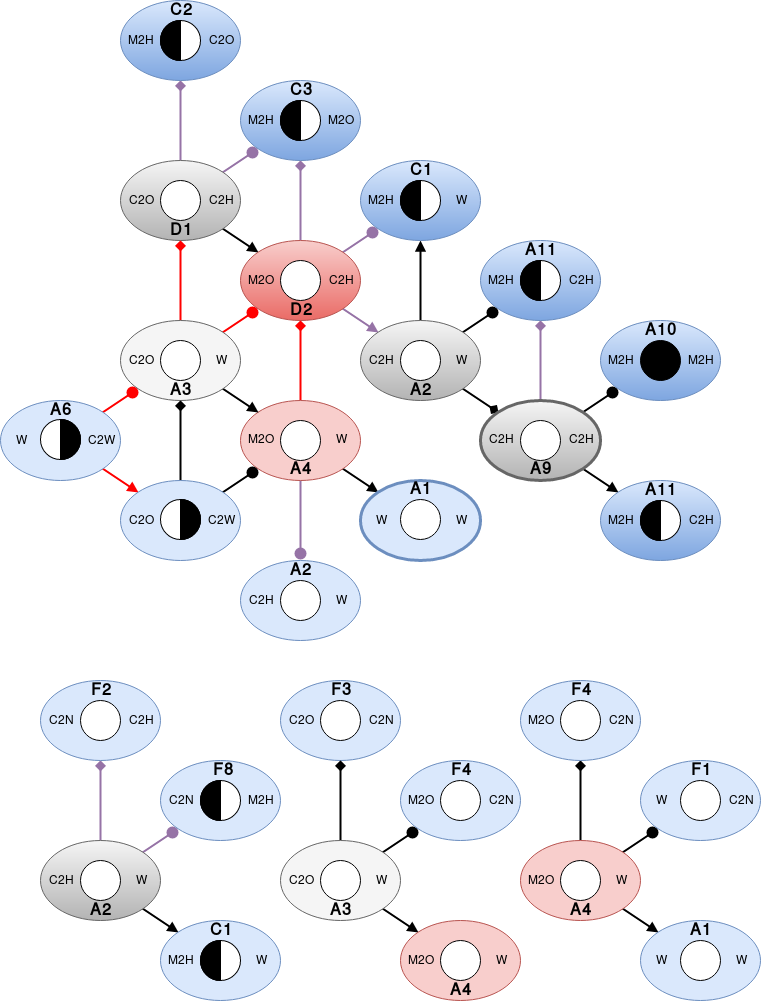
The draw.io diagram png/IPart_Faulty_2.png in UberPanda/ProofGraphs, before a commit. Source tidied: cells renumbered, new cells last; positions are measured from the earlier drawing's top-left corner, leaving out a move shared by most shapes.
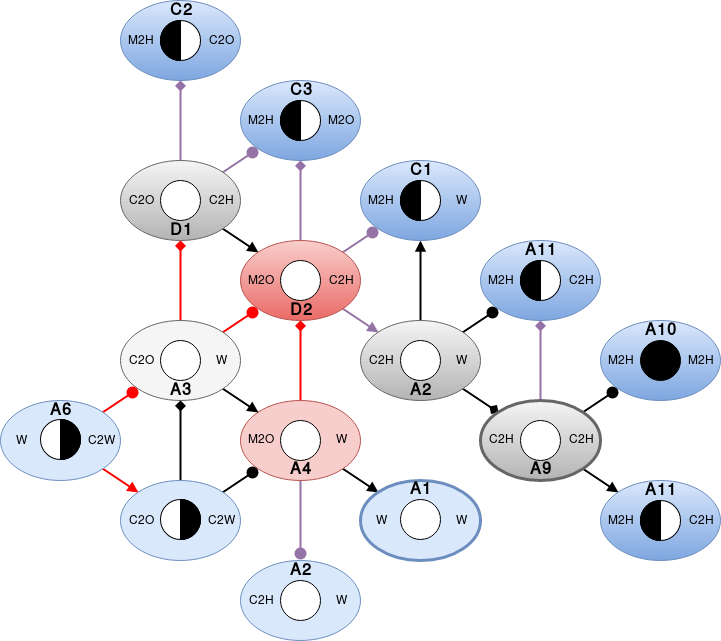
Above is the later version.

Change to the diagram source:
```diff
@@ -149,102 +149,12 @@
     <mxCell id="50" style="verticalLabelPosition=bottom;align=center;dashed=0;html=1;verticalAlign=top;shape=(stored shape, 420 characters);shadow=0;strokeColor=#000000;strokeWidth=1;fillColor=#ffffff;gradientColor=none;rotation=45;direction=south;" parent="1" vertex="1">
       <mxGeometry x="400" y="180" width="40" height="40" as="geometry" />
     </mxCell>
-    <mxCell id="51" style="ellipse;whiteSpace=wrap;html=1;shadow=0;strokeColor=#6c8ebf;strokeWidth=1;fillColor=#dae8fc;" parent="1" vertex="1">
-      <mxGeometry x="280" y="680" width="120" height="80" as="geometry" />
-    </mxCell>
-    <mxCell id="52" style="edgeStyle=none;curved=1;comic=0;html=1;startArrow=none;startFill=0;endArrow=diamond;endFill=1;endSize=6;jettySize=auto;strokeColor=#000000;strokeWidth=2;fillColor=none;" parent="1" edge="1" source="55" target="51">
-      <mxGeometry relative="1" as="geometry" />
-    </mxCell>
-    <mxCell id="53" style="edgeStyle=none;curved=1;comic=0;html=1;exitX=1;exitY=1;entryX=0;entryY=0;startArrow=none;startFill=0;endArrow=block;endFill=1;endSize=6;jettySize=auto;strokeColor=#000000;strokeWidth=2;fillColor=none;" parent="1" edge="1" source="55" target="57">
-      <mxGeometry relative="1" as="geometry" />
-    </mxCell>
-    <mxCell id="54" style="edgeStyle=none;curved=1;comic=0;html=1;exitX=1;exitY=0;entryX=0;entryY=1;startArrow=none;startFill=0;endArrow=circle;endFill=1;endSize=3;jettySize=auto;strokeColor=#000000;strokeWidth=2;fillColor=none;" parent="1" edge="1" source="55" target="59">
-      <mxGeometry relative="1" as="geometry" />
-    </mxCell>
-    <mxCell id="55" style="ellipse;whiteSpace=wrap;html=1;shadow=0;strokeColor=#666666;strokeWidth=1;fillColor=#f5f5f5;" parent="1" vertex="1">
-      <mxGeometry x="280" y="840" width="120" height="80" as="geometry" />
-    </mxCell>
-    <mxCell id="56" style="ellipse;whiteSpace=wrap;html=1;shadow=0;strokeColor=#000000;strokeWidth=1;fillColor=#ffffff;gradientColor=none;" parent="1" vertex="1">
-      <mxGeometry x="320" y="860" width="40" height="40" as="geometry" />
-    </mxCell>
-    <mxCell id="57" style="ellipse;whiteSpace=wrap;html=1;shadow=0;strokeColor=#b85450;strokeWidth=1;fillColor=#f8cecc;" parent="1" vertex="1">
-      <mxGeometry x="400" y="920" width="120" height="80" as="geometry" />
-    </mxCell>
-    <mxCell id="58" style="ellipse;whiteSpace=wrap;html=1;shadow=0;strokeColor=#000000;strokeWidth=1;fillColor=#ffffff;gradientColor=none;" parent="1" vertex="1">
-      <mxGeometry x="320" y="700" width="40" height="40" as="geometry" />
-    </mxCell>
-    <mxCell id="59" style="ellipse;whiteSpace=wrap;html=1;shadow=0;strokeColor=#6c8ebf;strokeWidth=1;fillColor=#dae8fc;" parent="1" vertex="1">
-      <mxGeometry x="400" y="760" width="120" height="80" as="geometry" />
-    </mxCell>
-    <mxCell id="60" style="edgeStyle=none;curved=1;comic=0;html=1;startArrow=none;startFill=0;endArrow=diamond;endFill=1;endSize=6;jettySize=auto;strokeColor=#000000;strokeWidth=2;fillColor=none;" parent="1" edge="1" source="63" target="64">
-      <mxGeometry relative="1" as="geometry" />
-    </mxCell>
-    <mxCell id="61" style="edgeStyle=none;curved=1;comic=0;html=1;exitX=1;exitY=1;entryX=0;entryY=0;startArrow=none;startFill=0;endArrow=block;endFill=1;endSize=6;jettySize=auto;strokeColor=#000000;strokeWidth=2;fillColor=none;" parent="1" edge="1" source="63" target="65">
-      <mxGeometry relative="1" as="geometry" />
-    </mxCell>
-    <mxCell id="62" style="edgeStyle=none;curved=1;comic=0;html=1;exitX=1;exitY=0;entryX=0;entryY=1;startArrow=none;startFill=0;endArrow=circle;endFill=1;endSize=3;jettySize=auto;strokeColor=#000000;strokeWidth=2;fillColor=none;" parent="1" edge="1" source="63" target="66">
-      <mxGeometry relative="1" as="geometry" />
-    </mxCell>
-    <mxCell id="63" style="ellipse;whiteSpace=wrap;html=1;shadow=0;strokeColor=#b85450;strokeWidth=1;fillColor=#f8cecc;" parent="1" vertex="1">
-      <mxGeometry x="520" y="840" width="120" height="80" as="geometry" />
-    </mxCell>
-    <mxCell id="64" style="ellipse;whiteSpace=wrap;html=1;shadow=0;strokeColor=#6c8ebf;strokeWidth=1;fillColor=#dae8fc;" parent="1" vertex="1">
-      <mxGeometry x="520" y="680" width="120" height="80" as="geometry" />
-    </mxCell>
-    <mxCell id="65" style="ellipse;whiteSpace=wrap;html=1;shadow=0;strokeColor=#6c8ebf;strokeWidth=1;fillColor=#dae8fc;" parent="1" vertex="1">
-      <mxGeometry x="640" y="920" width="120" height="80" as="geometry" />
-    </mxCell>
-    <mxCell id="66" style="ellipse;whiteSpace=wrap;html=1;shadow=0;strokeColor=#6c8ebf;strokeWidth=1;fillColor=#dae8fc;" parent="1" vertex="1">
-      <mxGeometry x="640" y="760" width="120" height="80" as="geometry" />
-    </mxCell>
-    <mxCell id="67" style="ellipse;whiteSpace=wrap;html=1;shadow=0;strokeColor=#000000;strokeWidth=1;fillColor=#ffffff;gradientColor=none;" parent="1" vertex="1">
-      <mxGeometry x="440" y="940" width="40" height="40" as="geometry" />
-    </mxCell>
-    <mxCell id="68" style="ellipse;whiteSpace=wrap;html=1;shadow=0;strokeColor=#000000;strokeWidth=1;fillColor=#ffffff;gradientColor=none;" parent="1" vertex="1">
-      <mxGeometry x="440" y="780" width="40" height="40" as="geometry" />
-    </mxCell>
-    <mxCell id="69" style="ellipse;whiteSpace=wrap;html=1;shadow=0;strokeColor=#000000;strokeWidth=1;fillColor=#ffffff;gradientColor=none;" parent="1" vertex="1">
-      <mxGeometry x="560" y="860" width="40" height="40" as="geometry" />
-    </mxCell>
-    <mxCell id="70" style="ellipse;whiteSpace=wrap;html=1;shadow=0;strokeColor=#000000;strokeWidth=1;fillColor=#ffffff;gradientColor=none;direction=south;" parent="1" vertex="1">
-      <mxGeometry x="560" y="700" width="40" height="40" as="geometry" />
-    </mxCell>
-    <mxCell id="71" style="ellipse;whiteSpace=wrap;html=1;shadow=0;strokeColor=#000000;strokeWidth=1;fillColor=#ffffff;gradientColor=none;" parent="1" vertex="1">
-      <mxGeometry x="680" y="780" width="40" height="40" as="geometry" />
-    </mxCell>
-    <mxCell id="72" style="ellipse;whiteSpace=wrap;html=1;shadow=0;strokeColor=#000000;strokeWidth=1;fillColor=#ffffff;gradientColor=none;" parent="1" vertex="1">
-      <mxGeometry x="680" y="940" width="40" height="40" as="geometry" />
-    </mxCell>
     <mxCell id="73" style="ellipse;whiteSpace=wrap;html=1;shadow=0;strokeColor=#6c8ebf;fillColor=#dae8fc;strokeWidth=3;" parent="1" vertex="1">
       <mxGeometry x="360" y="480" width="120" height="80" as="geometry" />
     </mxCell>
     <mxCell id="74" style="ellipse;whiteSpace=wrap;html=1;shadow=0;strokeColor=#000000;strokeWidth=1;fillColor=#ffffff;gradientColor=none;" parent="1" vertex="1">
       <mxGeometry x="400" y="499" width="40" height="40" as="geometry" />
     </mxCell>
-    <mxCell id="75" value="F1" style="text;html=1;strokeColor=none;fillColor=none;align=center;verticalAlign=middle;whiteSpace=wrap;shadow=0;fontSize=16;fontStyle=1;" parent="1" vertex="1">
-      <mxGeometry x="680" y="760" width="40" height="20" as="geometry" />
-    </mxCell>
-    <mxCell id="76" value="A1" style="text;html=1;strokeColor=none;fillColor=none;align=center;verticalAlign=middle;whiteSpace=wrap;shadow=0;fontSize=16;fontStyle=1;" parent="1" vertex="1">
-      <mxGeometry x="680" y="920" width="40" height="20" as="geometry" />
-    </mxCell>
-    <mxCell id="77" value="F4" style="text;html=1;strokeColor=none;fillColor=none;align=center;verticalAlign=middle;whiteSpace=wrap;shadow=0;fontSize=16;fontStyle=1;" parent="1" vertex="1">
-      <mxGeometry x="560" y="680" width="40" height="20" as="geometry" />
-    </mxCell>
-    <mxCell id="78" value="A4" style="text;html=1;strokeColor=none;fillColor=none;align=center;verticalAlign=middle;whiteSpace=wrap;shadow=0;fontSize=16;fontStyle=1;" parent="1" vertex="1">
-      <mxGeometry x="560" y="900" width="40" height="20" as="geometry" />
-    </mxCell>
-    <mxCell id="79" value="A4" style="text;html=1;strokeColor=none;fillColor=none;align=center;verticalAlign=middle;whiteSpace=wrap;shadow=0;fontSize=16;fontStyle=1;" parent="1" vertex="1">
-      <mxGeometry x="440" y="980" width="40" height="20" as="geometry" />
-    </mxCell>
-    <mxCell id="80" value="A3" style="text;html=1;strokeColor=none;fillColor=none;align=center;verticalAlign=middle;whiteSpace=wrap;shadow=0;fontSize=16;fontStyle=1;" parent="1" vertex="1">
-      <mxGeometry x="320" y="900" width="40" height="20" as="geometry" />
-    </mxCell>
-    <mxCell id="81" value="F4" style="text;html=1;strokeColor=none;fillColor=none;align=center;verticalAlign=middle;whiteSpace=wrap;shadow=0;fontSize=16;fontStyle=1;" parent="1" vertex="1">
-      <mxGeometry x="440" y="760" width="40" height="20" as="geometry" />
-    </mxCell>
-    <mxCell id="82" value="F3" style="text;html=1;strokeColor=none;fillColor=none;align=center;verticalAlign=middle;whiteSpace=wrap;shadow=0;fontSize=16;fontStyle=1;" parent="1" vertex="1">
-      <mxGeometry x="320" y="680" width="40" height="20" as="geometry" />
-    </mxCell>
     <mxCell id="83" value="A1" style="text;html=1;strokeColor=none;fillColor=none;align=center;verticalAlign=middle;whiteSpace=wrap;shadow=0;fontSize=16;fontStyle=1;" parent="1" vertex="1">
       <mxGeometry x="400" y="479" width="40" height="20" as="geometry" />
     </mxCell>
@@ -341,78 +251,6 @@
     <mxCell id="114" value="W" style="text;html=1;strokeColor=none;fillColor=none;align=center;verticalAlign=middle;whiteSpace=wrap;shadow=0;" parent="112" vertex="1">
       <mxGeometry x="80" width="40" height="20" as="geometry" />
     </mxCell>
-    <mxCell id="115" style="group;" parent="1" vertex="1">
-      <mxGeometry x="280" y="870" width="120" height="20" as="geometry" />
-    </mxCell>
-    <mxCell id="116" value="C2O" style="text;html=1;strokeColor=none;fillColor=none;align=center;verticalAlign=middle;whiteSpace=wrap;shadow=0;" parent="115" vertex="1">
-      <mxGeometry width="40" height="20" as="geometry" />
-    </mxCell>
-    <mxCell id="117" value="W" style="text;html=1;strokeColor=none;fillColor=none;align=center;verticalAlign=middle;whiteSpace=wrap;shadow=0;" parent="115" vertex="1">
-      <mxGeometry x="80" width="40" height="20" as="geometry" />
-    </mxCell>
-    <mxCell id="118" style="group;" parent="1" vertex="1">
-      <mxGeometry x="400" y="950" width="120" height="20" as="geometry" />
-    </mxCell>
-    <mxCell id="119" value="M2O" style="text;html=1;strokeColor=none;fillColor=none;align=center;verticalAlign=middle;whiteSpace=wrap;shadow=0;" parent="118" vertex="1">
-      <mxGeometry width="40" height="20" as="geometry" />
-    </mxCell>
-    <mxCell id="120" value="W" style="text;html=1;strokeColor=none;fillColor=none;align=center;verticalAlign=middle;whiteSpace=wrap;shadow=0;" parent="118" vertex="1">
-      <mxGeometry x="80" width="40" height="20" as="geometry" />
-    </mxCell>
-    <mxCell id="121" style="group;" parent="1" vertex="1">
-      <mxGeometry x="520" y="870" width="120" height="20" as="geometry" />
-    </mxCell>
-    <mxCell id="122" value="M2O" style="text;html=1;strokeColor=none;fillColor=none;align=center;verticalAlign=middle;whiteSpace=wrap;shadow=0;" parent="121" vertex="1">
-      <mxGeometry width="40" height="20" as="geometry" />
-    </mxCell>
-    <mxCell id="123" value="W" style="text;html=1;strokeColor=none;fillColor=none;align=center;verticalAlign=middle;whiteSpace=wrap;shadow=0;" parent="121" vertex="1">
-      <mxGeometry x="80" width="40" height="20" as="geometry" />
-    </mxCell>
-    <mxCell id="124" style="group;" parent="1" vertex="1">
-      <mxGeometry x="280" y="710" width="120" height="20" as="geometry" />
-    </mxCell>
-    <mxCell id="125" value="C2O" style="text;html=1;strokeColor=none;fillColor=none;align=center;verticalAlign=middle;whiteSpace=wrap;shadow=0;" parent="124" vertex="1">
-      <mxGeometry width="40" height="20" as="geometry" />
-    </mxCell>
-    <mxCell id="126" value="C2N" style="text;html=1;strokeColor=none;fillColor=none;align=center;verticalAlign=middle;whiteSpace=wrap;shadow=0;" parent="124" vertex="1">
-      <mxGeometry x="80" width="40" height="20" as="geometry" />
-    </mxCell>
-    <mxCell id="127" style="group;" parent="1" vertex="1">
-      <mxGeometry x="520" y="710" width="120" height="20" as="geometry" />
-    </mxCell>
-    <mxCell id="128" value="M2O" style="text;html=1;strokeColor=none;fillColor=none;align=center;verticalAlign=middle;whiteSpace=wrap;shadow=0;" parent="127" vertex="1">
-      <mxGeometry width="40" height="20" as="geometry" />
-    </mxCell>
-    <mxCell id="129" value="C2N" style="text;html=1;strokeColor=none;fillColor=none;align=center;verticalAlign=middle;whiteSpace=wrap;shadow=0;" parent="127" vertex="1">
-      <mxGeometry x="80" width="40" height="20" as="geometry" />
-    </mxCell>
-    <mxCell id="130" style="group;" parent="1" vertex="1">
-      <mxGeometry x="400" y="790" width="120" height="20" as="geometry" />
-    </mxCell>
-    <mxCell id="131" value="M2O" style="text;html=1;strokeColor=none;fillColor=none;align=center;verticalAlign=middle;whiteSpace=wrap;shadow=0;" parent="130" vertex="1">
-      <mxGeometry width="40" height="20" as="geometry" />
-    </mxCell>
-    <mxCell id="132" value="C2N" style="text;html=1;strokeColor=none;fillColor=none;align=center;verticalAlign=middle;whiteSpace=wrap;shadow=0;" parent="130" vertex="1">
-      <mxGeometry x="80" width="40" height="20" as="geometry" />
-    </mxCell>
-    <mxCell id="133" style="group;" parent="1" vertex="1">
-      <mxGeometry x="640" y="790" width="120" height="20" as="geometry" />
-    </mxCell>
-    <mxCell id="134" value="W" style="text;html=1;strokeColor=none;fillColor=none;align=center;verticalAlign=middle;whiteSpace=wrap;shadow=0;" parent="133" vertex="1">
-      <mxGeometry width="40" height="20" as="geometry" />
-    </mxCell>
-    <mxCell id="135" value="C2N" style="text;html=1;strokeColor=none;fillColor=none;align=center;verticalAlign=middle;whiteSpace=wrap;shadow=0;" parent="133" vertex="1">
-      <mxGeometry x="80" width="40" height="20" as="geometry" />
-    </mxCell>
-    <mxCell id="136" style="group;" parent="1" vertex="1">
-      <mxGeometry x="640" y="950" width="120" height="20" as="geometry" />
-    </mxCell>
-    <mxCell id="137" value="W" style="text;html=1;strokeColor=none;fillColor=none;align=center;verticalAlign=middle;whiteSpace=wrap;shadow=0;" parent="136" vertex="1">
-      <mxGeometry width="40" height="20" as="geometry" />
-    </mxCell>
-    <mxCell id="138" value="W" style="text;html=1;strokeColor=none;fillColor=none;align=center;verticalAlign=middle;whiteSpace=wrap;shadow=0;" parent="136" vertex="1">
-      <mxGeometry x="80" width="40" height="20" as="geometry" />
-    </mxCell>
     <mxCell id="139" style="group;" parent="1" vertex="1">
       <mxGeometry x="240" y="429" width="120" height="20" as="geometry" />
     </mxCell>
@@ -515,89 +353,5 @@
     <mxCell id="172" style="verticalLabelPosition=bottom;align=center;dashed=0;html=1;verticalAlign=top;shape=(stored shape, 420 characters);shadow=0;strokeColor=#000000;strokeWidth=1;fillColor=#ffffff;gradientColor=none;rotation=45;direction=south;" parent="1" vertex="1">
       <mxGeometry x="520" y="260" width="40" height="40" as="geometry" />
     </mxCell>
-    <mxCell id="173" style="edgeStyle=none;curved=1;comic=0;html=1;exitX=1;exitY=0;entryX=0;entryY=1;startArrow=none;startFill=0;endArrow=circle;endFill=1;endSize=3;jettySize=auto;strokeColor=#9673a6;strokeWidth=2;fillColor=#e1d5e7;" parent="1" edge="1" source="176" target="180">
-      <mxGeometry relative="1" as="geometry" />
-    </mxCell>
-    <mxCell id="174" style="edgeStyle=none;curved=1;comic=0;html=1;exitX=1;exitY=1;entryX=0;entryY=0;startArrow=none;startFill=0;endArrow=block;endFill=1;endSize=6;jettySize=auto;strokeColor=#000000;strokeWidth=2;fillColor=none;" parent="1" edge="1" source="176" target="178">
-      <mxGeometry relative="1" as="geometry" />
-    </mxCell>
-    <mxCell id="175" style="edgeStyle=none;curved=1;comic=0;html=1;startArrow=none;startFill=0;endArrow=diamond;endFill=1;endSize=6;jettySize=auto;strokeColor=#9673a6;strokeWidth=2;fillColor=#e1d5e7;" parent="1" edge="1" source="176" target="181">
-      <mxGeometry relative="1" as="geometry" />
-    </mxCell>
-    <mxCell id="176" style="ellipse;whiteSpace=wrap;html=1;shadow=0;strokeColor=#666666;strokeWidth=1;fillColor=#f5f5f5;gradientColor=#b3b3b3;" parent="1" vertex="1">
-      <mxGeometry x="40" y="840" width="120" height="80" as="geometry" />
-    </mxCell>
-    <mxCell id="177" style="ellipse;whiteSpace=wrap;html=1;shadow=0;strokeColor=#000000;strokeWidth=1;fillColor=#ffffff;gradientColor=none;" parent="1" vertex="1">
-      <mxGeometry x="80" y="860" width="40" height="40" as="geometry" />
-    </mxCell>
-    <mxCell id="178" style="ellipse;whiteSpace=wrap;html=1;shadow=0;strokeColor=#6c8ebf;strokeWidth=1;fillColor=#dae8fc;" parent="1" vertex="1">
-      <mxGeometry x="160" y="920" width="120" height="80" as="geometry" />
-    </mxCell>
-    <mxCell id="179" style="verticalLabelPosition=bottom;align=center;dashed=0;html=1;verticalAlign=top;shape=(stored shape, 420 characters);shadow=0;strokeColor=#000000;strokeWidth=1;fillColor=#ffffff;gradientColor=none;rotation=45;direction=south;" parent="1" vertex="1">
-      <mxGeometry x="200" y="940" width="40" height="40" as="geometry" />
-    </mxCell>
-    <mxCell id="180" style="ellipse;whiteSpace=wrap;html=1;shadow=0;strokeColor=#6c8ebf;strokeWidth=1;fillColor=#dae8fc;" parent="1" vertex="1">
-      <mxGeometry x="160" y="760" width="120" height="80" as="geometry" />
-    </mxCell>
-    <mxCell id="181" style="ellipse;whiteSpace=wrap;html=1;shadow=0;strokeColor=#6c8ebf;strokeWidth=1;fillColor=#dae8fc;" parent="1" vertex="1">
-      <mxGeometry x="40" y="680" width="120" height="80" as="geometry" />
-    </mxCell>
-    <mxCell id="182" style="ellipse;whiteSpace=wrap;html=1;shadow=0;strokeColor=#000000;strokeWidth=1;fillColor=#ffffff;gradientColor=none;" parent="1" vertex="1">
-      <mxGeometry x="80" y="700" width="40" height="40" as="geometry" />
-    </mxCell>
-    <mxCell id="183" style="verticalLabelPosition=bottom;align=center;dashed=0;html=1;verticalAlign=top;shape=(stored shape, 420 characters);shadow=0;strokeColor=#000000;strokeWidth=1;fillColor=#ffffff;gradientColor=none;rotation=45;direction=south;" parent="1" vertex="1">
-      <mxGeometry x="200" y="780" width="40" height="40" as="geometry" />
-    </mxCell>
-    <mxCell id="184" style="group;" parent="1" vertex="1">
-      <mxGeometry x="40" y="870" width="120" height="20" as="geometry" />
-    </mxCell>
-    <mxCell id="185" value="C2H" style="text;html=1;strokeColor=none;fillColor=none;align=center;verticalAlign=middle;whiteSpace=wrap;shadow=0;" parent="184" vertex="1">
-      <mxGeometry width="40" height="20" as="geometry" />
-    </mxCell>
-    <mxCell id="186" value="W" style="text;html=1;strokeColor=none;fillColor=none;align=center;verticalAlign=middle;whiteSpace=wrap;shadow=0;" parent="184" vertex="1">
-      <mxGeometry x="80" width="40" height="20" as="geometry" />
-    </mxCell>
-    <mxCell id="187" style="group;" parent="1" vertex="1">
-      <mxGeometry x="40" y="710" width="120" height="20" as="geometry" />
-    </mxCell>
-    <mxCell id="188" value="C2N" style="text;html=1;strokeColor=none;fillColor=none;align=center;verticalAlign=middle;whiteSpace=wrap;shadow=0;" parent="187" vertex="1">
-      <mxGeometry width="40" height="20" as="geometry" />
-    </mxCell>
-    <mxCell id="189" value="C2H" style="text;html=1;strokeColor=none;fillColor=none;align=center;verticalAlign=middle;whiteSpace=wrap;shadow=0;" parent="187" vertex="1">
-      <mxGeometry x="80" width="40" height="20" as="geometry" />
-    </mxCell>
-    <mxCell id="190" style="group;" parent="1" vertex="1">
-      <mxGeometry x="160" y="790" width="120" height="20" as="geometry" />
-    </mxCell>
-    <mxCell id="191" value="C2N" style="text;html=1;strokeColor=none;fillColor=none;align=center;verticalAlign=middle;whiteSpace=wrap;shadow=0;" parent="190" vertex="1">
-      <mxGeometry width="40" height="20" as="geometry" />
-    </mxCell>
-    <mxCell id="192" value="M2H" style="text;html=1;strokeColor=none;fillColor=none;align=center;verticalAlign=middle;whiteSpace=wrap;shadow=0;" parent="190" vertex="1">
-      <mxGeometry x="80" width="40" height="20" as="geometry" />
-    </mxCell>
-    <mxCell id="193" style="group;" parent="1" vertex="1">
-      <mxGeometry x="160" y="950" width="120" height="20" as="geometry" />
-    </mxCell>
-    <mxCell id="194" value="M2H" style="text;html=1;strokeColor=none;fillColor=none;align=center;verticalAlign=middle;whiteSpace=wrap;shadow=0;" parent="193" vertex="1">
-      <mxGeometry width="40" height="20" as="geometry" />
-    </mxCell>
-    <mxCell id="195" value="W" style="text;html=1;strokeColor=none;fillColor=none;align=center;verticalAlign=middle;whiteSpace=wrap;shadow=0;" parent="193" vertex="1">
-      <mxGeometry x="80" width="40" height="20" as="geometry" />
-    </mxCell>
-    <mxCell id="196" style="edgeStyle=none;curved=1;comic=0;html=1;exitX=0.5;exitY=0;entryX=0.5;entryY=0;startArrow=none;startFill=0;endArrow=diamond;endFill=1;endSize=6;jettySize=auto;orthogonalLoop=1;strokeColor=#000000;strokeWidth=2;fillColor=none;" parent="193" edge="1" source="195" target="195">
-      <mxGeometry relative="1" as="geometry" />
-    </mxCell>
-    <mxCell id="197" value="&lt;font style=&quot;font-size: 16px&quot;&gt;&lt;b&gt;F2&lt;/b&gt;&lt;/font&gt;" style="text;html=1;strokeColor=none;fillColor=none;align=center;verticalAlign=middle;whiteSpace=wrap;shadow=0;" parent="1" vertex="1">
-      <mxGeometry x="80" y="680" width="40" height="20" as="geometry" />
-    </mxCell>
-    <mxCell id="198" value="&lt;b&gt;&lt;font style=&quot;font-size: 16px&quot;&gt;F8&lt;/font&gt;&lt;/b&gt;" style="text;html=1;strokeColor=none;fillColor=none;align=center;verticalAlign=middle;whiteSpace=wrap;shadow=0;" parent="1" vertex="1">
-      <mxGeometry x="202" y="760" width="40" height="20" as="geometry" />
-    </mxCell>
-    <mxCell id="199" value="&lt;font style=&quot;font-size: 16px&quot;&gt;&lt;b&gt;C1&lt;/b&gt;&lt;/font&gt;" style="text;html=1;strokeColor=none;fillColor=none;align=center;verticalAlign=middle;whiteSpace=wrap;shadow=0;" parent="1" vertex="1">
-      <mxGeometry x="200" y="920" width="40" height="20" as="geometry" />
-    </mxCell>
-    <mxCell id="200" value="&lt;font style=&quot;font-size: 16px&quot;&gt;&lt;b&gt;A2&lt;/b&gt;&lt;/font&gt;" style="text;html=1;strokeColor=none;fillColor=none;align=center;verticalAlign=middle;whiteSpace=wrap;shadow=0;" parent="1" vertex="1">
-      <mxGeometry x="80" y="900" width="40" height="20" as="geometry" />
-    </mxCell>
   </root>
 </mxGraphModel>
```
